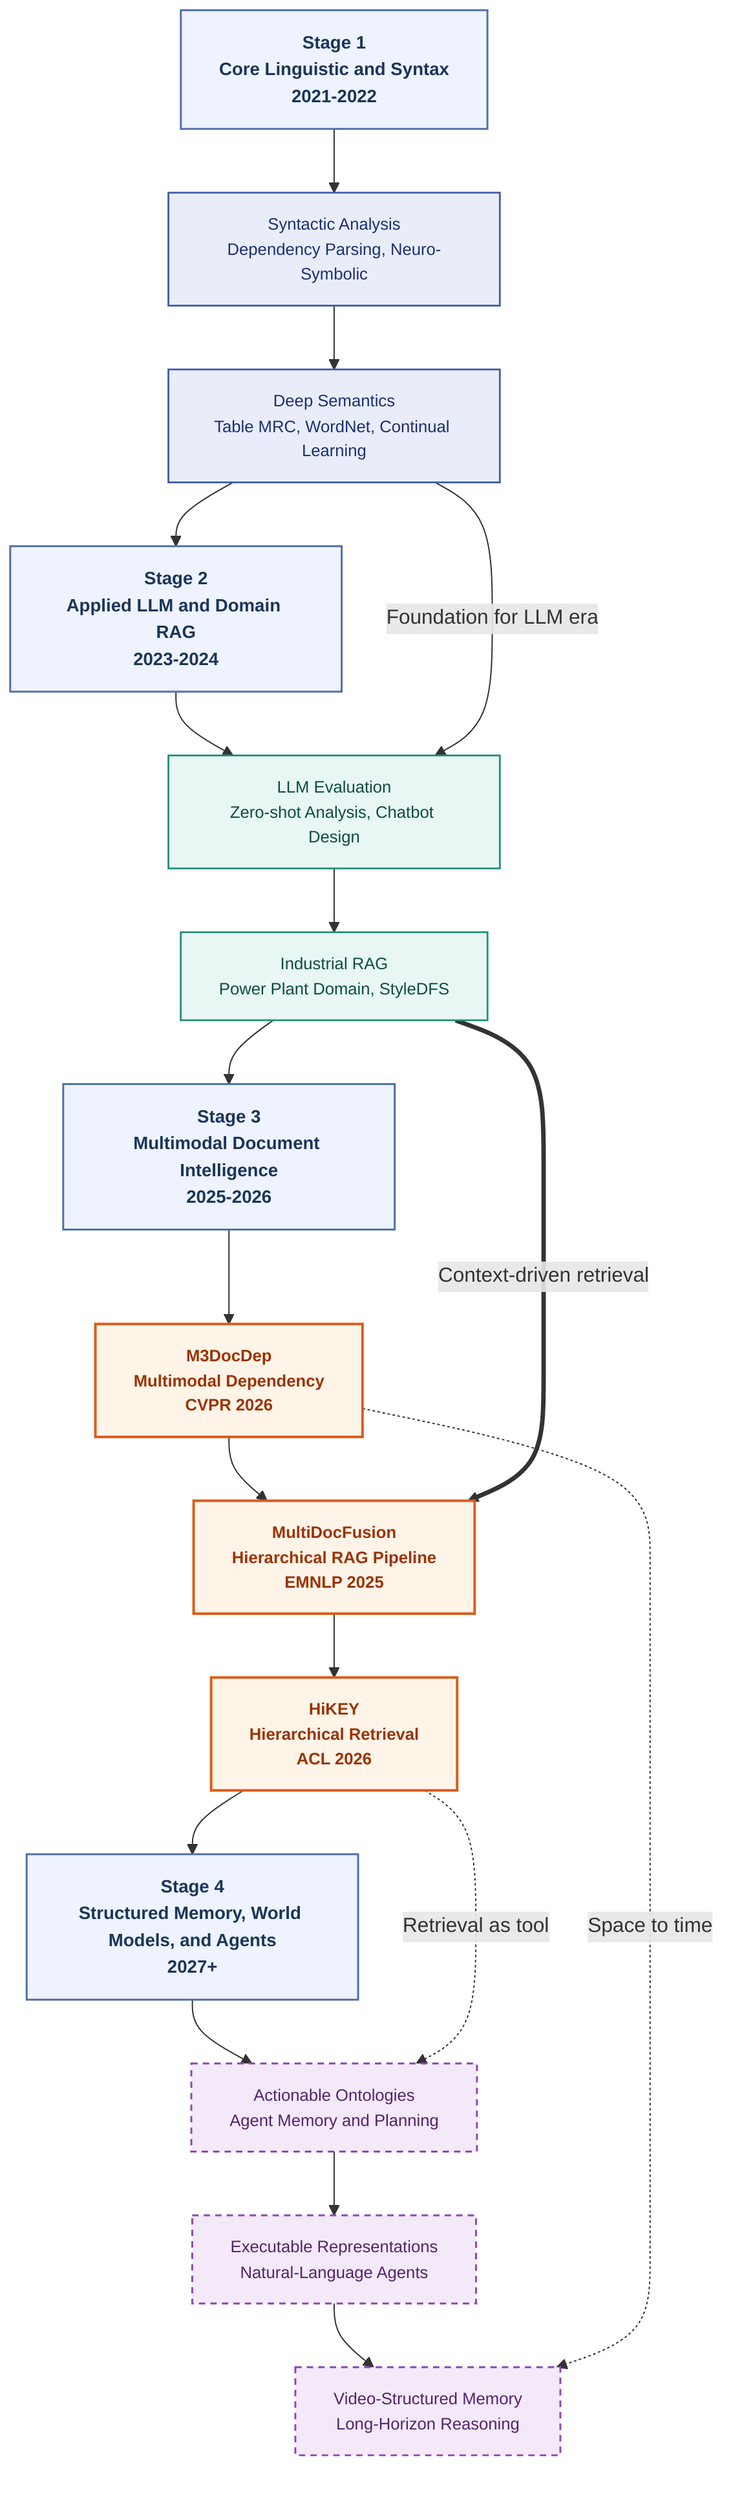
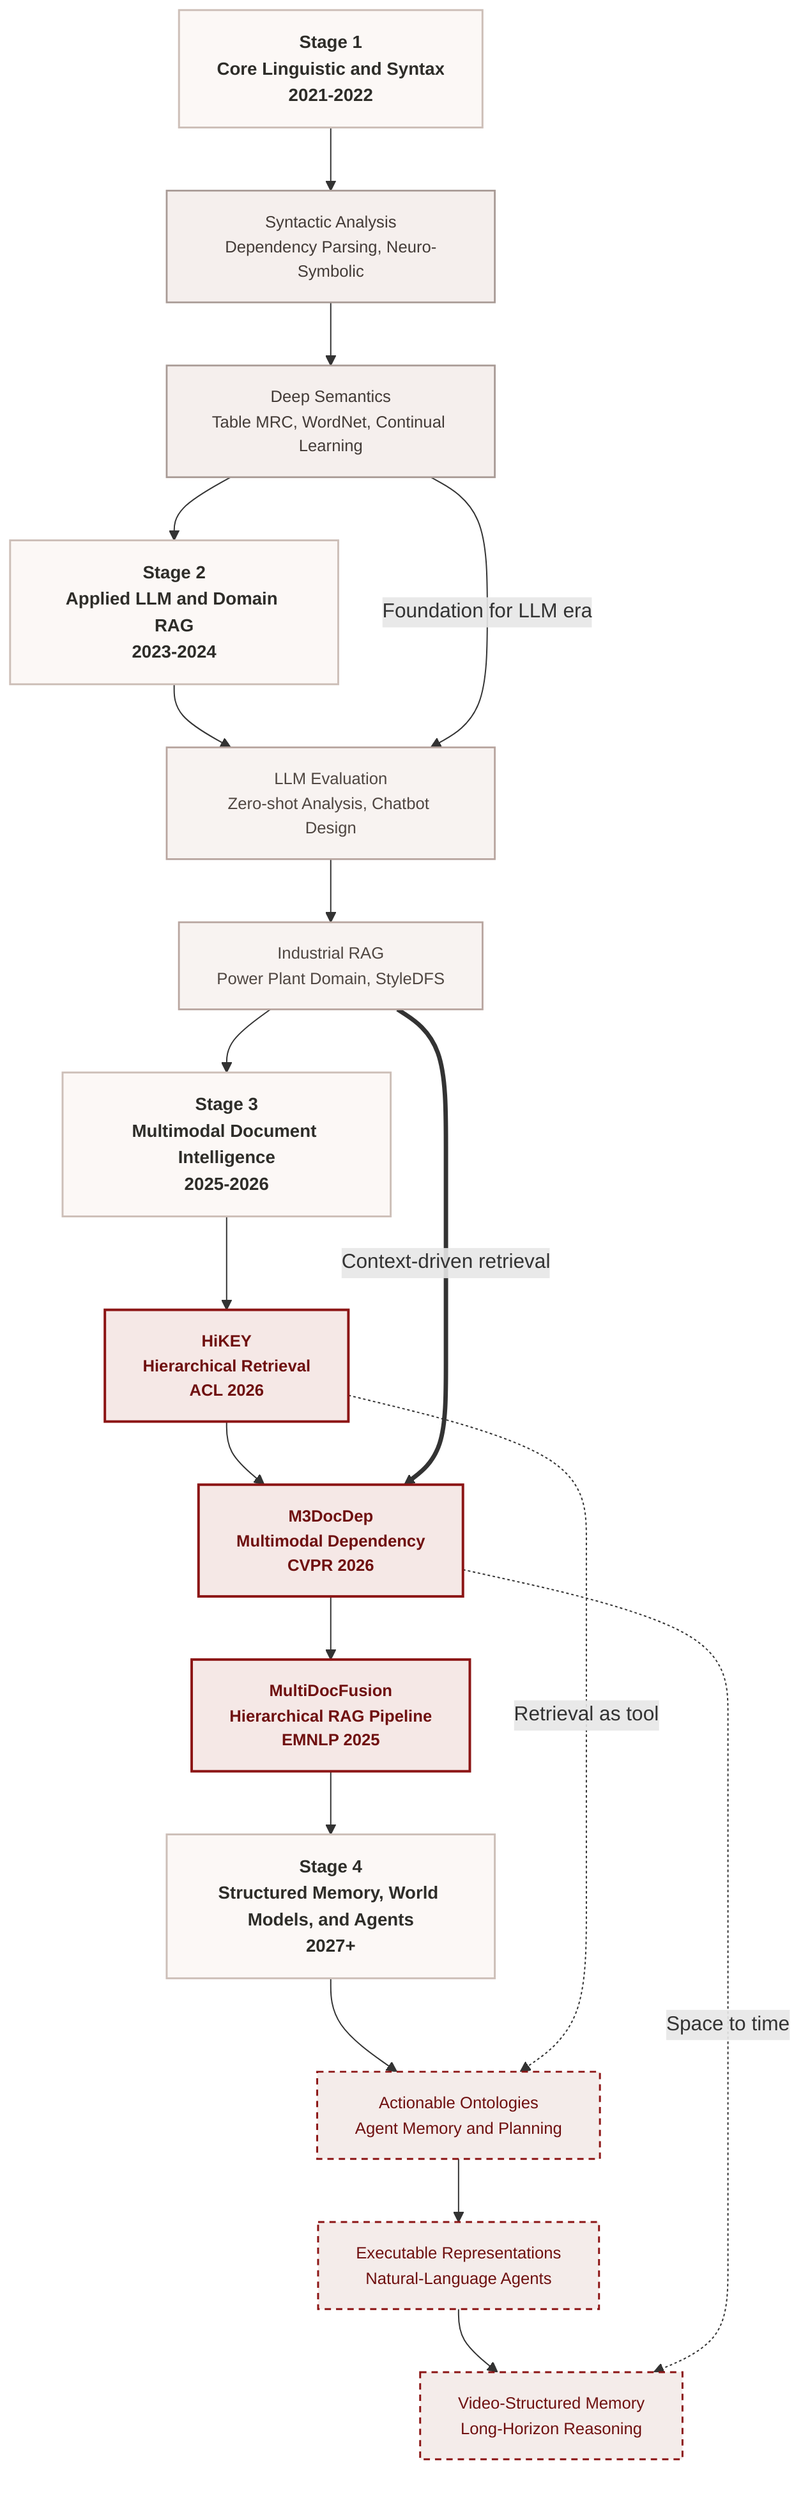
flowchart TB
-     classDef stage fill:#eef3ff,stroke:#4f6fa7,stroke-width:1.5px,color:#1b355a,font-weight:700,font-size:14px;
-     classDef now fill:#e8f7f3,stroke:#1f8f7b,stroke-width:1.4px,color:#0d4d42,font-size:13px;
-     classDef core fill:#e9edf9,stroke:#4059ad,stroke-width:1.4px,color:#1b2f75,font-size:13px;
-     classDef highlight fill:#fff4e8,stroke:#db5c1a,stroke-width:2px,color:#9b3304,font-weight:700,font-size:13px;
-     classDef future fill:#f3e9f8,stroke:#8f46b8,stroke-width:1.5px,color:#54236f,stroke-dasharray: 5 4,font-size:13px;
+     classDef stage fill:#fcf8f6,stroke:#cdbfb8,stroke-width:1.5px,color:#2e2d29,font-weight:700,font-size:14px;
+     classDef now fill:#f8f3f1,stroke:#b8a59f,stroke-width:1.4px,color:#4f4641,font-size:13px;
+     classDef core fill:#f5efed,stroke:#a89a95,stroke-width:1.4px,color:#433b37,font-size:13px;
+     classDef highlight fill:#f5e8e6,stroke:#8c1515,stroke-width:2px,color:#6f1010,font-weight:700,font-size:13px;
+     classDef future fill:#f4ecea,stroke:#8c1515,stroke-width:1.5px,color:#6f1010,stroke-dasharray: 5 4,font-size:13px;

    S1["Stage 1<br/>Core Linguistic and Syntax<br/>2021-2022"]:::stage
    S1A["Syntactic Analysis<br/>Dependency Parsing, Neuro-Symbolic"]:::core
    S1B["Deep Semantics<br/>Table MRC, WordNet, Continual Learning"]:::core

    S2["Stage 2<br/>Applied LLM and Domain RAG<br/>2023-2024"]:::stage
    S2A["LLM Evaluation<br/>Zero-shot Analysis, Chatbot Design"]:::now
    S2B["Industrial RAG<br/>Power Plant Domain, StyleDFS"]:::now

    S3["Stage 3<br/>Multimodal Document Intelligence<br/>2025-2026"]:::stage
-     S3A["M3DocDep<br/>Multimodal Dependency<br/>CVPR 2026"]:::highlight
-     S3B["MultiDocFusion<br/>Hierarchical RAG Pipeline<br/>EMNLP 2025"]:::highlight
-     S3C["HiKEY<br/>Hierarchical Retrieval<br/>ACL 2026"]:::highlight
+     S3A["HiKEY<br/>Hierarchical Retrieval<br/>ACL 2026"]:::highlight
+     S3B["M3DocDep<br/>Multimodal Dependency<br/>CVPR 2026"]:::highlight
+     S3C["MultiDocFusion<br/>Hierarchical RAG Pipeline<br/>EMNLP 2025"]:::highlight

    S4["Stage 4<br/>Structured Memory, World Models, and Agents<br/>2027+"]:::stage
    S4A["Actionable Ontologies<br/>Agent Memory and Planning"]:::future
    S4B["Executable Representations<br/>Natural-Language Agents"]:::future
    S4C["Video-Structured Memory<br/>Long-Horizon Reasoning"]:::future

    S1 --> S1A --> S1B --> S2
    S2 --> S2A --> S2B --> S3
    S3 --> S3A --> S3B --> S3C --> S4
    S4 --> S4A --> S4B --> S4C

    S1B -->|"Foundation for LLM era"| S2A
    S2B ==>|"Context-driven retrieval"| S3B
-     S3C -.->|"Retrieval as tool"| S4A
-     S3A -.->|"Space to time"| S4C
+     S3A -.->|"Retrieval as tool"| S4A
+     S3B -.->|"Space to time"| S4C
